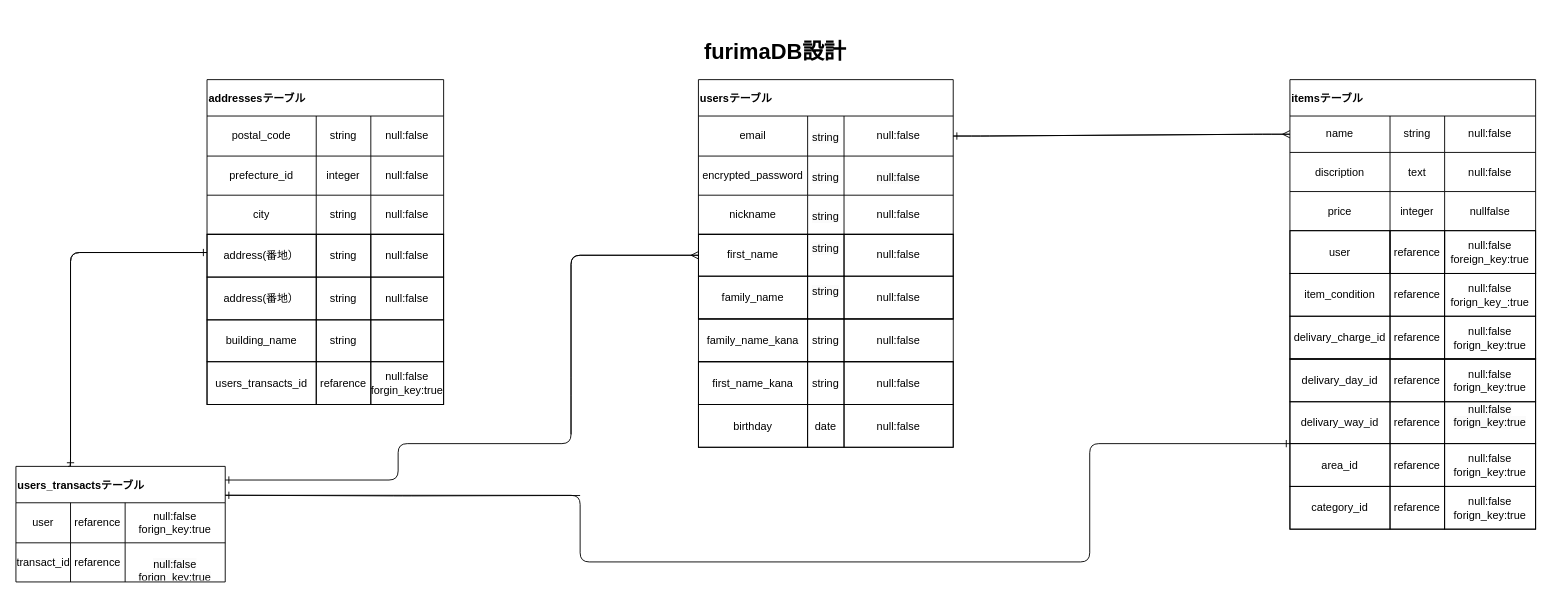
hiro1090/furima-40159 keeps this draw.io diagram as test.dio. Above is the earlier version. Source tidied: cells renumbered, new cells numbered last; positions are measured from the earlier drawing's top-left corner, leaving out a move shared by most shapes. Both pictures are drawn from the tidied source at 91%, with x=0, y=0 at pixel (15, 34).
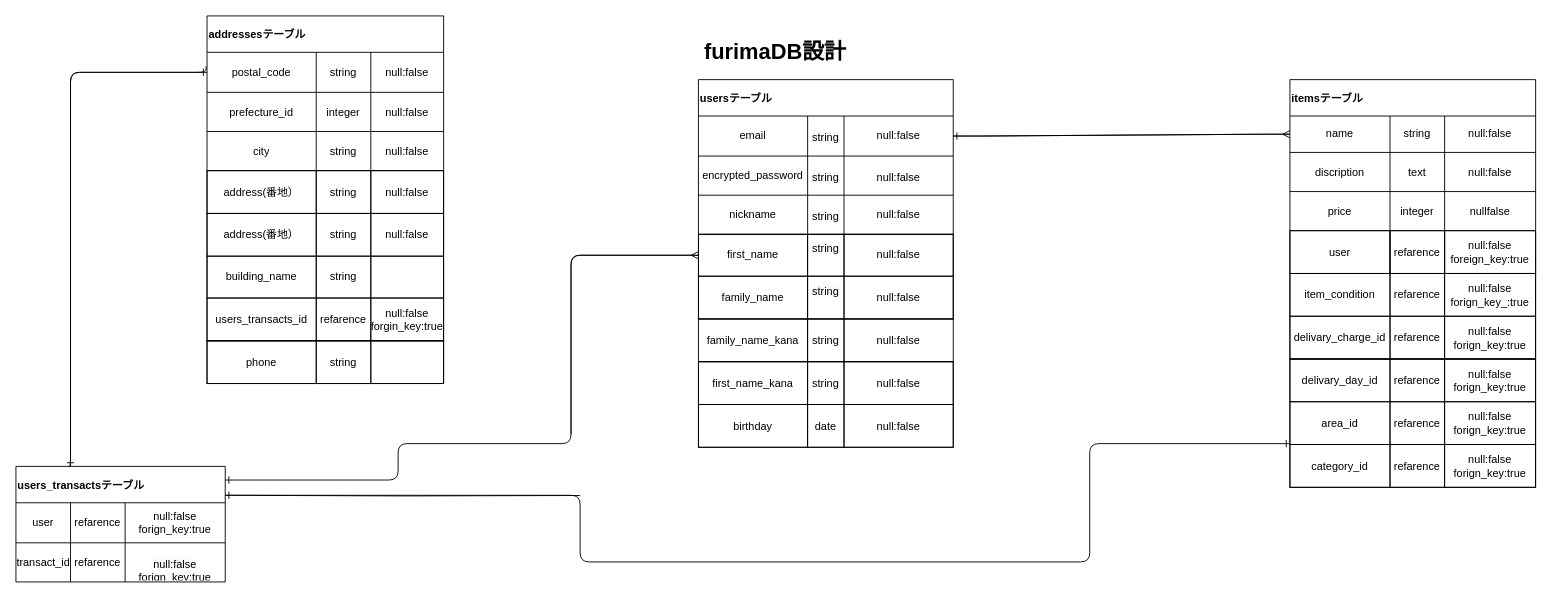
After the change.

Commit message (it also covers changes not shown here):
ER図、READMEの修正５

The change refers to these unchanged cells:
```xml
<mxCell id="43" style="shape=tableRow;horizontal=0;startSize=0;swimlaneHead=0;swimlaneBody=0;top=0;left=0;bottom=0;right=0;fillColor=none;points=[[0,0.5],[1,0.5]];portConstraint=eastwest;" parent="42" vertex="1">
  <mxGeometry y="40" width="260" height="44" as="geometry" />
</mxCell>
<mxCell id="56" style="shape=tableRow;horizontal=0;startSize=0;swimlaneHead=0;swimlaneBody=0;top=0;left=0;bottom=0;right=0;fontStyle=0;fillColor=none;strokeColor=inherit;sketch=0;strokeWidth=1;" parent="55" vertex="1">
  <mxGeometry width="260" height="47" as="geometry" />
</mxCell>
<mxCell id="113" value="users_transactsテーブル" style="shape=table;startSize=40;childLayout=tableLayout;fontStyle=1;align=left;swimlaneFillColor=none;" parent="1" vertex="1">
  <mxGeometry y="475" width="230" height="127" as="geometry" />
</mxCell>
```

The edit, as a diff of the source:
```diff
@@
     <mxCell id="42" value="addressesテーブル" style="shape=table;startSize=40;childLayout=tableLayout;fontStyle=1;align=left;swimlaneFillColor=none;" parent="1" vertex="1">
-      <mxGeometry x="210" y="50" width="260" height="170" as="geometry" />
+      <mxGeometry x="210" y="-20" width="260" height="170" as="geometry" />
     </mxCell>
@@
     <mxCell id="55" style="childLayout=tableLayout;shadow=0;fillColor=none;sketch=0;strokeColor=default;strokeWidth=1;" parent="1" vertex="1">
-      <mxGeometry x="210" y="220" width="260" height="187" as="geometry" />
+      <mxGeometry x="210" y="150" width="260" height="187" as="geometry" />
     </mxCell>
@@
     <mxCell id="84" style="childLayout=tableLayout;shadow=0;fillColor=none;sketch=0;strokeColor=default;strokeWidth=1;" parent="1" vertex="1">
-      <mxGeometry x="1400" y="357" width="270" height="187" as="geometry" />
+      <mxGeometry x="1400" y="357" width="270" height="141" as="geometry" />
     </mxCell>
@@
-    <mxCell id="89" style="shape=tableRow;horizontal=0;startSize=0;swimlaneHead=0;swimlaneBody=0;top=0;left=0;bottom=0;right=0;fontStyle=0;fillColor=none;strokeColor=inherit;sketch=0;strokeWidth=1;" parent="84" vertex="1">
-      <mxGeometry y="47" width="270" height="46" as="geometry" />
-    </mxCell>
-    <mxCell id="90" value="delivary_way_id" style="strokeColor=inherit;fillColor=none;align=center;whiteSpace=wrap;html=1;sketch=0;strokeWidth=1;" parent="89" vertex="1">
-      <mxGeometry width="110" height="46" as="geometry" />
-    </mxCell>
-    <mxCell id="91" value="refarence" style="strokeColor=inherit;fillColor=none;align=center;whiteSpace=wrap;html=1;sketch=0;strokeWidth=1;" parent="89" vertex="1">
-      <mxGeometry x="110" width="60" height="46" as="geometry" />
-    </mxCell>
-    <mxCell id="92" value="&#10;&lt;span style=&quot;color: rgb(0, 0, 0); font-family: Helvetica; font-size: 12px; font-style: normal; font-variant-ligatures: normal; font-variant-caps: normal; font-weight: 400; letter-spacing: normal; orphans: 2; text-align: center; text-indent: 0px; text-transform: none; widows: 2; word-spacing: 0px; -webkit-text-stroke-width: 0px; background-color: rgb(251, 251, 251); text-decoration-thickness: initial; text-decoration-style: initial; text-decoration-color: initial; float: none; display: inline !important;&quot;&gt;null:false&lt;/span&gt;&lt;br style=&quot;border-color: var(--border-color); color: rgb(0, 0, 0); font-family: Helvetica; font-size: 12px; font-style: normal; font-variant-ligatures: normal; font-variant-caps: normal; font-weight: 400; letter-spacing: normal; orphans: 2; text-align: center; text-indent: 0px; text-transform: none; widows: 2; word-spacing: 0px; -webkit-text-stroke-width: 0px; background-color: rgb(251, 251, 251); text-decoration-thickness: initial; text-decoration-style: initial; text-decoration-color: initial;&quot;&gt;&lt;span style=&quot;color: rgb(0, 0, 0); font-family: Helvetica; font-size: 12px; font-style: normal; font-variant-ligatures: normal; font-variant-caps: normal; font-weight: 400; letter-spacing: normal; orphans: 2; text-align: center; text-indent: 0px; text-transform: none; widows: 2; word-spacing: 0px; -webkit-text-stroke-width: 0px; background-color: rgb(251, 251, 251); text-decoration-thickness: initial; text-decoration-style: initial; text-decoration-color: initial; float: none; display: inline !important;&quot;&gt;forign_key:true&lt;/span&gt;&#10;&#10;" style="strokeColor=inherit;fillColor=none;align=center;whiteSpace=wrap;html=1;sketch=0;strokeWidth=1;" parent="89" vertex="1">
-      <mxGeometry x="170" width="100" height="46" as="geometry" />
-    </mxCell>
     <mxCell id="93" style="shape=tableRow;horizontal=0;startSize=0;swimlaneHead=0;swimlaneBody=0;top=0;left=0;bottom=0;right=0;fontStyle=0;fillColor=none;strokeColor=inherit;sketch=0;strokeWidth=1;" parent="84" vertex="1">
-      <mxGeometry y="93" width="270" height="47" as="geometry" />
+      <mxGeometry y="47" width="270" height="47" as="geometry" />
     </mxCell>
@@
     <mxCell id="97" style="shape=tableRow;horizontal=0;startSize=0;swimlaneHead=0;swimlaneBody=0;top=0;left=0;bottom=0;right=0;fontStyle=0;fillColor=none;strokeColor=inherit;sketch=0;strokeWidth=1;" parent="84" vertex="1">
-      <mxGeometry y="140" width="270" height="47" as="geometry" />
+      <mxGeometry y="94" width="270" height="47" as="geometry" />
     </mxCell>
@@
-    <mxCell id="122" style="edgeStyle=orthogonalEdgeStyle;fontSize=12;html=1;endArrow=ERone;endFill=1;entryX=0;entryY=0;entryDx=0;entryDy=0;exitX=1;exitY=0.25;exitDx=0;exitDy=0;" parent="1" edge="1" source="113" target="93">
+    <mxCell id="122" style="edgeStyle=orthogonalEdgeStyle;fontSize=12;html=1;endArrow=ERone;endFill=1;exitX=1;exitY=0.25;exitDx=0;exitDy=0;" parent="1" edge="1" source="113" target="93">
       <mxGeometry relative="1" as="geometry">
         <Array as="points">
           <mxPoint x="620" y="507" />
           <mxPoint x="620" y="580" />
           <mxPoint x="1180" y="580" />
           <mxPoint x="1180" y="450" />
         </Array>
       </mxGeometry>
     </mxCell>
-    <mxCell id="123" style="edgeStyle=orthogonalEdgeStyle;fontSize=12;html=1;endArrow=ERone;endFill=1;" parent="1" edge="1" source="56" target="113">
+    <mxCell id="123" style="edgeStyle=orthogonalEdgeStyle;fontSize=12;html=1;endArrow=ERone;endFill=1;exitX=-0.004;exitY=0.348;exitDx=0;exitDy=0;exitPerimeter=0;" parent="1" edge="1" source="43" target="113">
       <mxGeometry relative="1" as="geometry">
         <Array as="points">
-          <mxPoint x="60" y="240" />
+          <mxPoint x="209" y="42" />
+          <mxPoint x="60" y="42" />
         </Array>
       </mxGeometry>
     </mxCell>
-    <mxCell id="124" style="edgeStyle=orthogonalEdgeStyle;fontSize=12;html=1;endArrow=ERone;endFill=1;exitX=0.25;exitY=0;exitDx=0;exitDy=0;" parent="1" edge="1" source="113" target="56">
+    <mxCell id="124" style="edgeStyle=orthogonalEdgeStyle;fontSize=12;html=1;endArrow=ERone;endFill=1;exitX=0.25;exitY=0;exitDx=0;exitDy=0;entryX=0;entryY=0.5;entryDx=0;entryDy=0;" parent="1" edge="1" source="113" target="43">
       <mxGeometry relative="1" as="geometry">
         <Array as="points">
           <mxPoint x="60" y="475" />
-          <mxPoint x="60" y="240" />
+          <mxPoint x="60" y="42" />
         </Array>
       </mxGeometry>
     </mxCell>
@@
+    <mxCell id="128" style="childLayout=tableLayout;shadow=0;fillColor=none;sketch=0;strokeColor=default;strokeWidth=1;" parent="1" vertex="1">
+      <mxGeometry x="210" y="337" width="260" height="47" as="geometry" />
+    </mxCell>
+    <mxCell id="129" style="shape=tableRow;horizontal=0;startSize=0;swimlaneHead=0;swimlaneBody=0;top=0;left=0;bottom=0;right=0;fontStyle=0;fillColor=none;strokeColor=inherit;sketch=0;strokeWidth=1;" parent="128" vertex="1">
+      <mxGeometry width="260" height="47" as="geometry" />
+    </mxCell>
+    <mxCell id="130" value="phone" style="strokeColor=inherit;fillColor=none;align=center;whiteSpace=wrap;html=1;sketch=0;strokeWidth=1;" parent="129" vertex="1">
+      <mxGeometry width="120" height="47" as="geometry" />
+    </mxCell>
+    <mxCell id="131" value="string" style="strokeColor=inherit;fillColor=none;align=center;whiteSpace=wrap;html=1;sketch=0;strokeWidth=1;" parent="129" vertex="1">
+      <mxGeometry x="120" width="60" height="47" as="geometry" />
+    </mxCell>
+    <mxCell id="132" style="strokeColor=inherit;fillColor=none;align=center;whiteSpace=wrap;html=1;sketch=0;strokeWidth=1;" parent="129" vertex="1">
+      <mxGeometry x="180" width="80" height="47" as="geometry" />
+    </mxCell>
```
